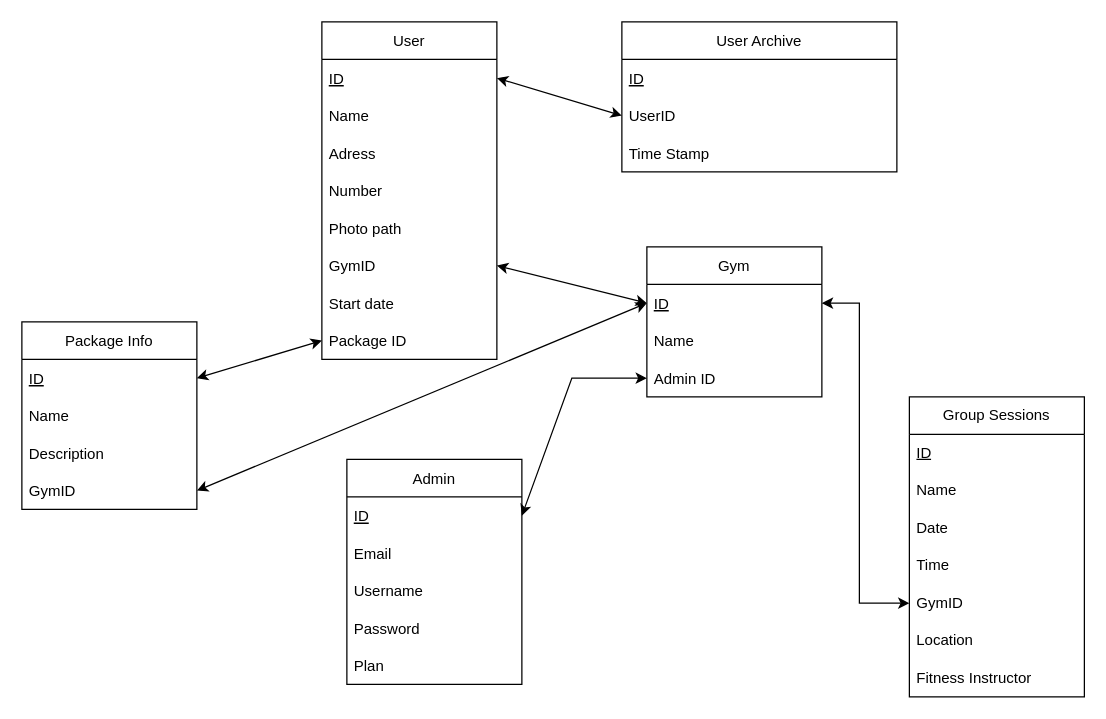
Earlier version of the draw.io diagram Baza/baza.drawio (kimleta/PHP-Gym-Software). Source tidied: cells renumbered, new cells numbered last; positions are measured from the earlier drawing's top-left corner, leaving out a move shared by most shapes. Both pictures are drawn from the tidied source at 125%, with x=0, y=0 at pixel (21, 21).
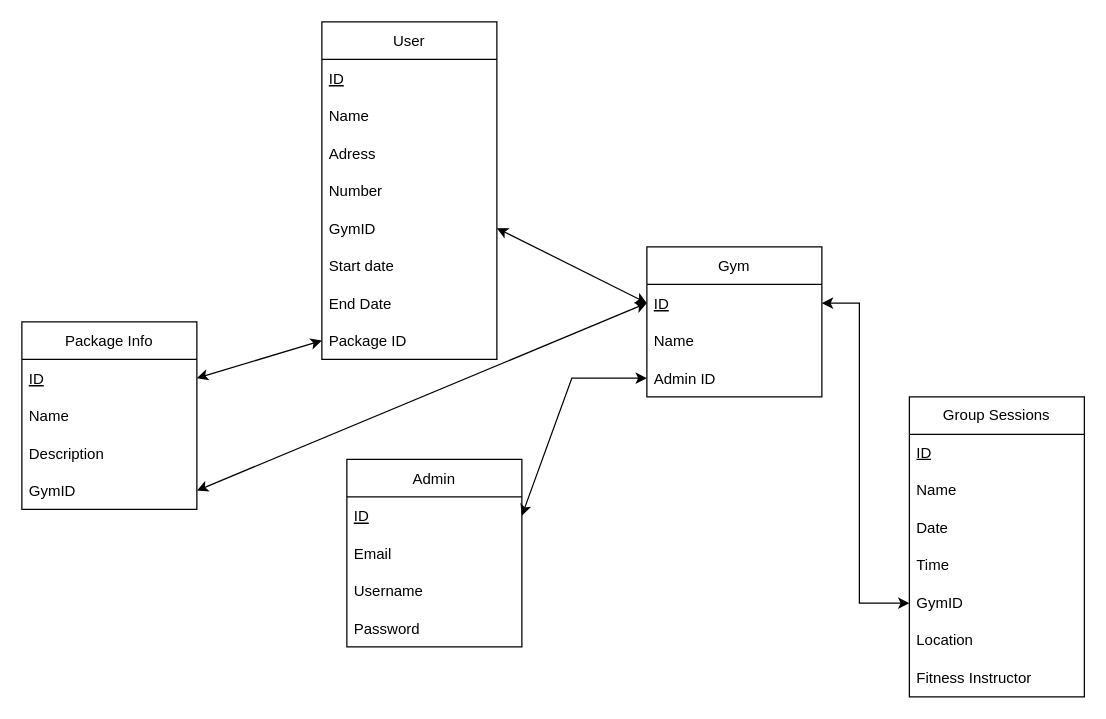
The same page after the edit.

Unchanged cells that the change refers to:
```xml
<mxCell id="2" value="User" style="swimlane;fontStyle=0;horizontal=1;startSize=30;" parent="1" vertex="1">
  <mxGeometry x="240" width="140" height="270" as="geometry" />
</mxCell>
<mxCell id="3" value="ID" style="text;strokeColor=none;fillColor=none;align=left;verticalAlign=middle;spacingLeft=4;spacingRight=4;overflow=hidden;points=[[0,0.5],[1,0.5]];portConstraint=eastwest;fontStyle=4;" parent="2" vertex="1">
  <mxGeometry y="30" width="140" height="30" as="geometry" />
</mxCell>
```

Diff of the diagram source:
```diff
@@
-    <mxCell id="7" value="Photo path" style="text;strokeColor=none;fillColor=none;align=left;verticalAlign=middle;spacingLeft=4;spacingRight=4;overflow=hidden;" parent="2" vertex="1">
-      <mxGeometry y="150" width="140" height="30" as="geometry" />
-    </mxCell>
     <mxCell id="8" value="GymID" style="text;strokeColor=none;fillColor=none;align=left;verticalAlign=middle;spacingLeft=4;spacingRight=4;overflow=hidden;points=[[0,0.5],[1,0.5]];portConstraint=eastwest;" parent="2" vertex="1">
-      <mxGeometry y="180" width="140" height="30" as="geometry" />
+      <mxGeometry y="150" width="140" height="30" as="geometry" />
     </mxCell>
     <mxCell id="9" value="Start date" style="text;strokeColor=none;fillColor=none;align=left;verticalAlign=middle;spacingLeft=4;spacingRight=4;overflow=hidden;" parent="2" vertex="1">
-      <mxGeometry y="210" width="140" height="30" as="geometry" />
+      <mxGeometry y="180" width="140" height="30" as="geometry" />
     </mxCell>
+    <mxCell id="44" value="End Date" style="text;strokeColor=none;fillColor=none;align=left;verticalAlign=middle;spacingLeft=4;spacingRight=4;overflow=hidden;" parent="2" vertex="1">
+      <mxGeometry y="210" width="140" height="30" as="geometry" />
+    </mxCell>
@@
-    <mxCell id="15" value="User Archive" style="swimlane;fontStyle=0;horizontal=1;startSize=30;" parent="1" vertex="1">
-      <mxGeometry x="480" width="220" height="120" as="geometry" />
-    </mxCell>
-    <mxCell id="16" value="ID" style="text;strokeColor=none;fillColor=none;align=left;verticalAlign=middle;spacingLeft=4;spacingRight=4;overflow=hidden;fontStyle=4;" parent="15" vertex="1">
-      <mxGeometry y="30" width="220" height="30" as="geometry" />
-    </mxCell>
-    <mxCell id="17" value="UserID" style="text;strokeColor=none;fillColor=none;align=left;verticalAlign=middle;spacingLeft=4;spacingRight=4;overflow=hidden;points=[[0,0.5],[1,0.5]];portConstraint=eastwest;" parent="15" vertex="1">
-      <mxGeometry y="60" width="220" height="30" as="geometry" />
-    </mxCell>
-    <mxCell id="18" value="Time Stamp" style="text;strokeColor=none;fillColor=none;align=left;verticalAlign=middle;spacingLeft=4;spacingRight=4;overflow=hidden;" parent="15" vertex="1">
-      <mxGeometry y="90" width="220" height="30" as="geometry" />
-    </mxCell>
     <mxCell id="19" value="Admin" style="swimlane;fontStyle=0;horizontal=1;startSize=30;" parent="1" vertex="1">
-      <mxGeometry x="260" y="350" width="140" height="180" as="geometry" />
+      <mxGeometry x="260" y="350" width="140" height="150" as="geometry" />
     </mxCell>
@@
-    <mxCell id="24" value="Plan" style="text;strokeColor=none;fillColor=none;align=left;verticalAlign=middle;spacingLeft=4;spacingRight=4;overflow=hidden;" parent="19" vertex="1">
-      <mxGeometry y="150" width="140" height="30" as="geometry" />
-    </mxCell>
@@
-    <mxCell id="32" style="endArrow=classic;startArrow=classic;html=1;rounded=0;entryX=0;entryY=0.5;entryDx=0;entryDy=0;exitX=1;exitY=0.5;exitDx=0;exitDy=0;" parent="1" edge="1" source="3" target="17">
-      <mxGeometry relative="1" as="geometry" />
-    </mxCell>
```
